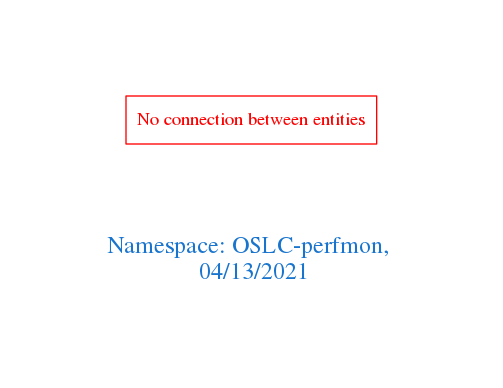
The Graphviz diagram downloads/OSLC-perfmon.png in arago/OGIT, before a commit. Its source is kept beside it as downloads/OSLC-perfmon.dot.
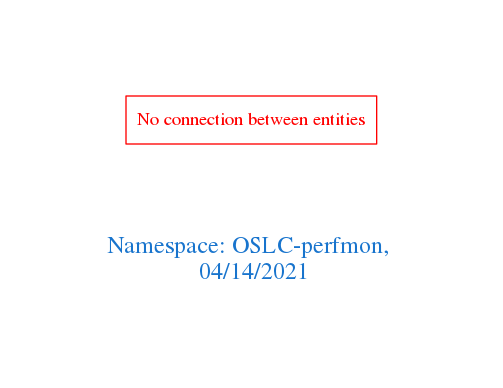
Later version of the same file.

Change to the diagram source:
```diff
@@ -1,7 +1,7 @@
 digraph OGIT_ontology {
  graph [ rankdir= LR,pad=1
 fontsize = 18,
-fontcolor= dodgerblue3,label = "\n\n\nNamespace: OSLC-perfmon, \n 04/13/2021"];
+fontcolor= dodgerblue3,label = "\n\n\nNamespace: OSLC-perfmon, \n 04/14/2021"];
 node[shape=polygon];
 edge [  color="gray81"];
 
```
